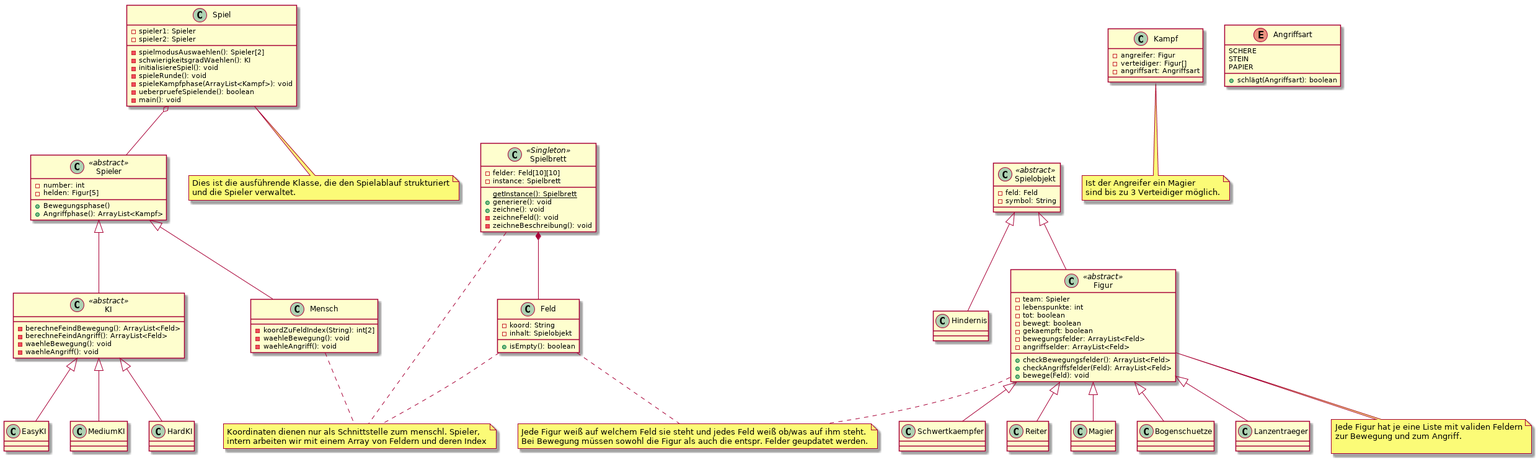
Before: Design/OOD/Diagramme/Klassendiagramm.png, a diagram exported from PlantUML (Vitja21/SE1PUE3).
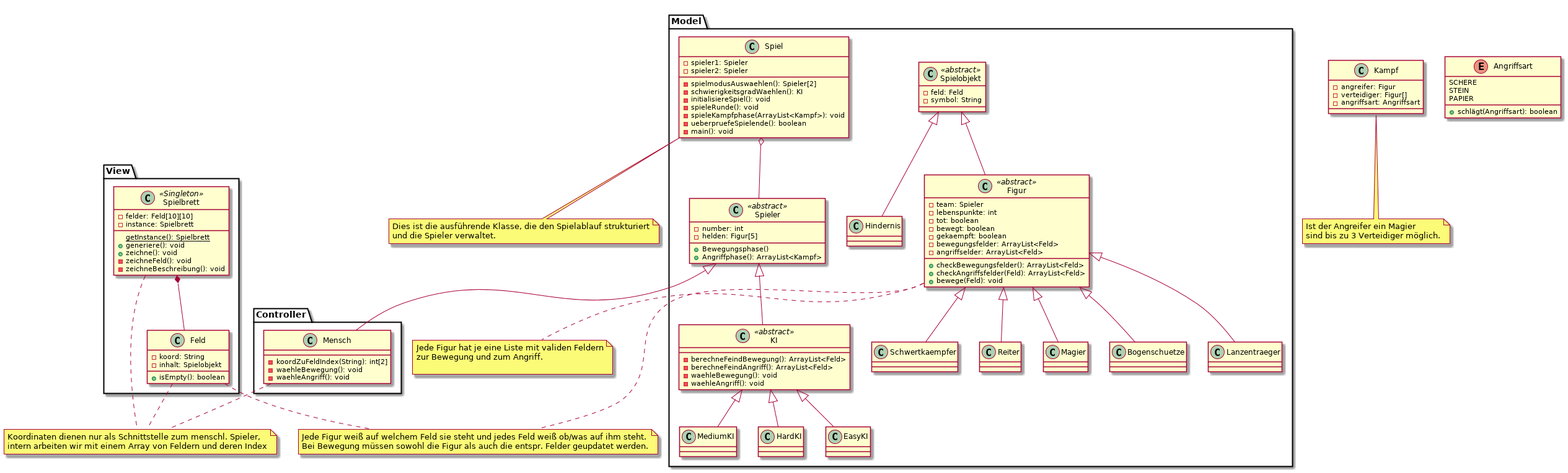
The same file after the commit.

Commit message:
MVC Pakete

Change to the diagram source:
```diff
@@ -1,7 +1,10 @@
 @startuml
 
+package "View" {
+Spielbrett *-- Feld
+}
+package "Model" {
 Spiel o-- Spieler
-Spielbrett *-- Feld
 Spielobjekt <|-- Hindernis
 Spielobjekt <|-- Figur
 Figur <|-- Schwertkaempfer
@@ -13,7 +16,10 @@
 KI <|-- EasyKI
 KI <|-- MediumKI
 KI <|-- HardKI
+}
+package "Controller" {
 Spieler <|-- Mensch
+}
 
 note "Koordinaten dienen nur als Schnittstelle zum menschl. Spieler,\nintern arbeiten wir mit einem Array von Feldern und deren Index" as nKoord
 
```
